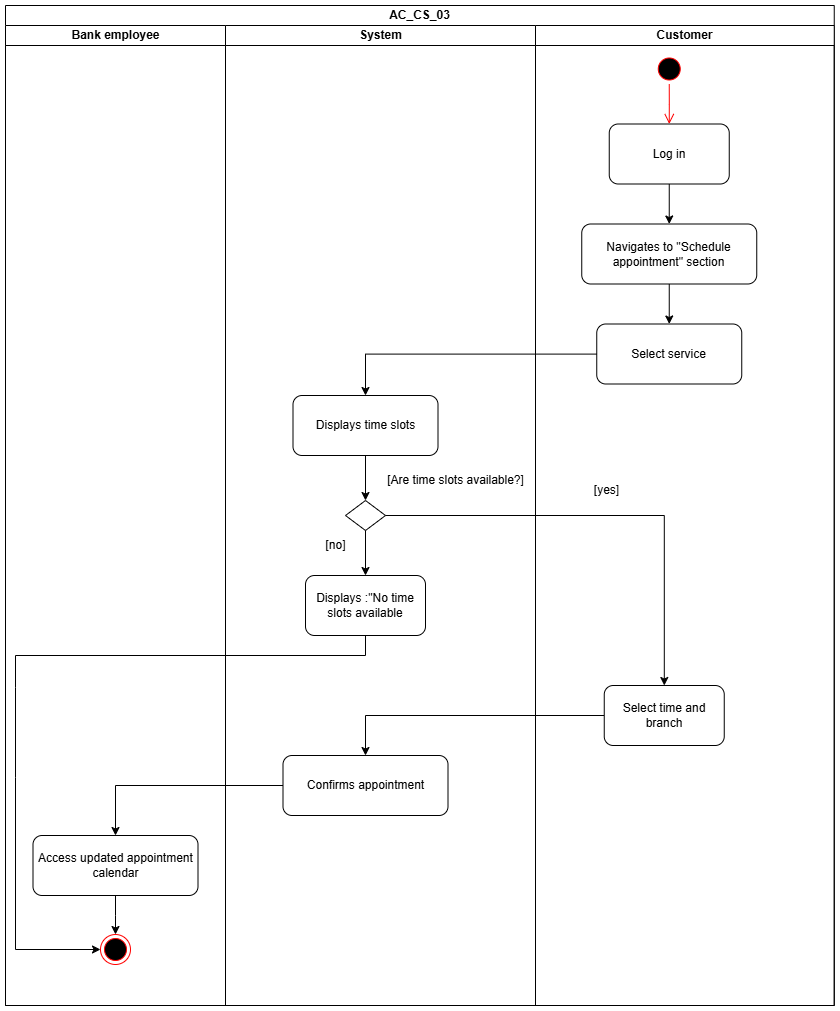
This is diagrams/activity-diagrams/AC_CS_03.png from Markl1T/bank-management-system, a draw.io export, as it was before one commit. Source tidied: cells renumbered, new cells last; positions are measured from the earlier drawing's top-left corner, leaving out a move shared by most shapes.
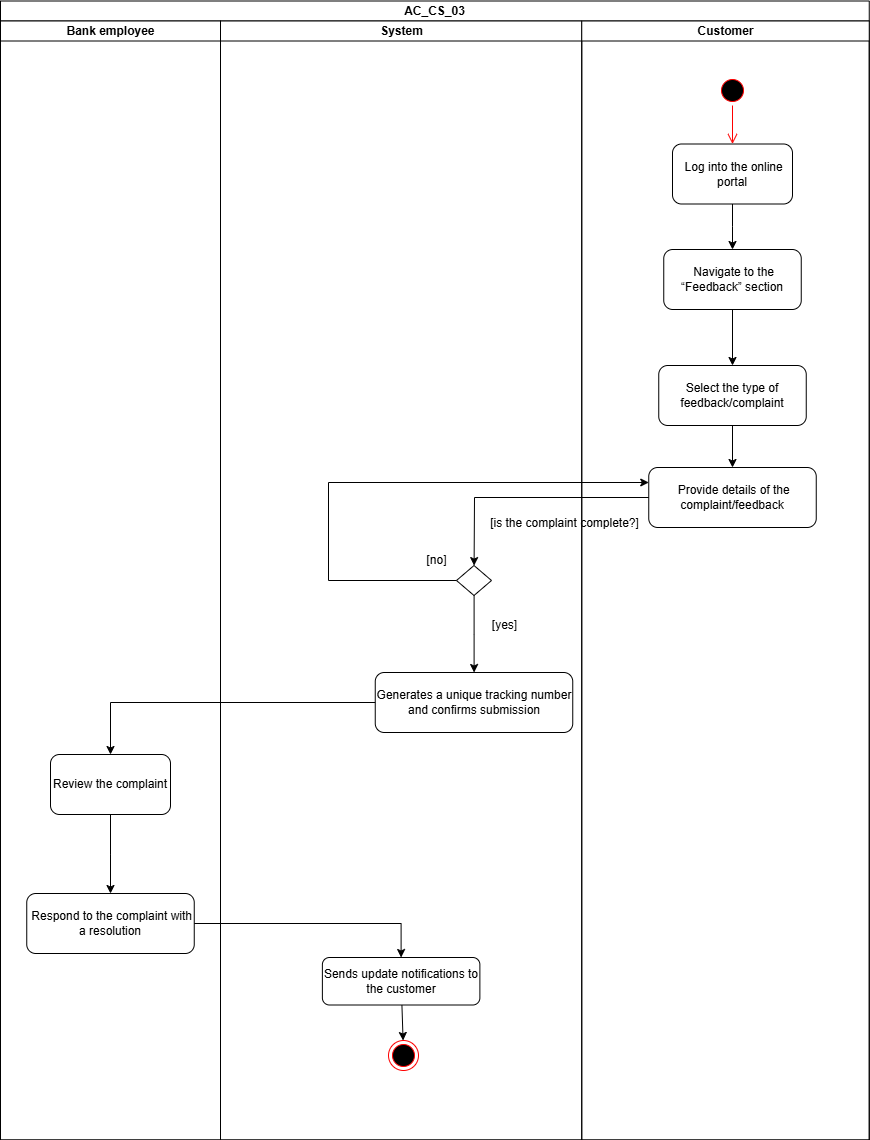
Above is the later version.

Diff of the diagram source:
```diff
@@ -3,101 +3,100 @@
     <mxCell id="0" />
     <mxCell id="1" parent="0" />
     <mxCell id="2" value="AC_CS_03" style="swimlane;startSize=20;html=1;" parent="1" vertex="1">
-      <mxGeometry width="828.8" height="1000" as="geometry" />
+      <mxGeometry width="868.8" height="1139" as="geometry" />
     </mxCell>
     <mxCell id="3" value="Bank employee" style="swimlane;startSize=20;html=1;" parent="2" vertex="1">
-      <mxGeometry y="20" width="220" height="980" as="geometry" />
+      <mxGeometry y="20" width="220" height="1119" as="geometry" />
     </mxCell>
-    <mxCell id="4" value="Access updated appointment calendar" style="whiteSpace=wrap;html=1;rounded=1;" parent="3" vertex="1">
-      <mxGeometry x="27.5" y="810" width="165" height="60" as="geometry" />
+    <mxCell id="4" value="Review the complaint" style="whiteSpace=wrap;html=1;rounded=1;" parent="3" vertex="1">
+      <mxGeometry x="50" y="733.5" width="120" height="60" as="geometry" />
     </mxCell>
-    <mxCell id="5" style="ellipse;html=1;shape=endState;fillColor=#000000;strokeColor=#ff0000;" parent="3" vertex="1">
-      <mxGeometry x="95" y="909" width="30" height="30" as="geometry" />
+    <mxCell id="5" value="&amp;nbsp;Respond to the complaint with a resolution" style="whiteSpace=wrap;html=1;rounded=1;" parent="3" vertex="1">
+      <mxGeometry x="26.2" y="872.5" width="167.5" height="60" as="geometry" />
     </mxCell>
     <mxCell id="6" style="edgeStyle=orthogonalEdgeStyle;rounded=0;jettySize=auto;html=1;" parent="3" edge="1" source="4" target="5">
       <mxGeometry relative="1" as="geometry" />
     </mxCell>
     <mxCell id="7" value="System" style="swimlane;startSize=20;html=1;" parent="2" vertex="1">
-      <mxGeometry x="220" y="20" width="310" height="980" as="geometry" />
+      <mxGeometry x="220" y="20" width="361.2" height="1119" as="geometry" />
     </mxCell>
-    <mxCell id="8" value="Displays :&quot;No time slots available" style="rounded=1;whiteSpace=wrap;html=1;" parent="7" vertex="1">
-      <mxGeometry x="80" y="550" width="120" height="60" as="geometry" />
+    <mxCell id="8" style="edgeStyle=orthogonalEdgeStyle;rounded=0;jettySize=auto;html=1;" parent="7" edge="1" source="9" target="10">
+      <mxGeometry relative="1" as="geometry" />
     </mxCell>
-    <mxCell id="9" value="Confirms appointment" style="whiteSpace=wrap;html=1;rounded=1;" parent="7" vertex="1">
-      <mxGeometry x="57.5" y="730" width="165" height="60" as="geometry" />
+    <mxCell id="9" style="rhombus;whiteSpace=wrap;html=1;" parent="7" vertex="1">
+      <mxGeometry x="236" y="544.5" width="35" height="30" as="geometry" />
     </mxCell>
-    <mxCell id="10" value="Displays time slots" style="whiteSpace=wrap;html=1;rounded=1;" parent="7" vertex="1">
-      <mxGeometry x="67.5" y="370" width="145" height="60" as="geometry" />
+    <mxCell id="10" value="Generates a unique tracking number and confirms submission" style="rounded=1;whiteSpace=wrap;html=1;" parent="7" vertex="1">
+      <mxGeometry x="154.8" y="651.5" width="197.5" height="60" as="geometry" />
     </mxCell>
-    <mxCell id="11" style="rhombus;whiteSpace=wrap;html=1;" parent="7" vertex="1">
-      <mxGeometry x="120" y="475" width="40" height="30" as="geometry" />
+    <mxCell id="11" value="Sends update notifications to the customer" style="whiteSpace=wrap;html=1;rounded=1;" parent="7" vertex="1">
+      <mxGeometry x="101.9" y="936.5" width="157.5" height="47.5" as="geometry" />
     </mxCell>
-    <mxCell id="12" style="edgeStyle=orthogonalEdgeStyle;rounded=0;jettySize=auto;html=1;" parent="7" edge="1" source="11" target="8">
-      <mxGeometry relative="1" as="geometry" />
+    <mxCell id="12" value="[is the complaint complete?]" style="text;html=1;align=center;verticalAlign=middle;strokeColor=none;fillColor=none;" parent="7" vertex="1">
+      <mxGeometry x="259.4" y="487.5" width="170" height="30" as="geometry" />
     </mxCell>
-    <mxCell id="13" style="edgeStyle=orthogonalEdgeStyle;rounded=0;jettySize=auto;html=1;" parent="7" edge="1" source="10" target="11">
-      <mxGeometry relative="1" as="geometry" />
+    <mxCell id="13" value="[no]" style="text;html=1;align=center;verticalAlign=middle;strokeColor=none;fillColor=none;" parent="7" vertex="1">
+      <mxGeometry x="196" y="524.5" width="40" height="30" as="geometry" />
     </mxCell>
-    <mxCell id="14" value="[no]" style="text;html=1;align=center;verticalAlign=middle;strokeColor=none;fillColor=none;" parent="7" vertex="1">
-      <mxGeometry x="90" y="505" width="40" height="30" as="geometry" />
+    <mxCell id="14" value="[yes]" style="text;html=1;align=center;verticalAlign=middle;strokeColor=none;fillColor=none;" parent="7" vertex="1">
+      <mxGeometry x="259.4" y="589.5" width="50" height="30" as="geometry" />
     </mxCell>
-    <mxCell id="15" value="[Are time slots available?]" style="text;html=1;align=center;verticalAlign=middle;points=[];strokeColor=none;fillColor=none;" parent="7" vertex="1">
-      <mxGeometry x="150" y="440" width="160" height="30" as="geometry" />
+    <mxCell id="15" style="ellipse;html=1;shape=endState;fillColor=#000000;strokeColor=#ff0000;" parent="7" vertex="1">
+      <mxGeometry x="168" y="1019.5" width="30" height="30" as="geometry" />
     </mxCell>
-    <mxCell id="16" style="edgeStyle=orthogonalEdgeStyle;rounded=0;jettySize=auto;html=1;" parent="2" edge="1" source="27" target="9">
+    <mxCell id="16" style="endArrow=classic;html=1;rounded=0;" parent="7" edge="1" source="11" target="15">
       <mxGeometry relative="1" as="geometry" />
     </mxCell>
-    <mxCell id="17" style="edgeStyle=orthogonalEdgeStyle;rounded=0;jettySize=auto;html=1;" parent="2" edge="1" source="9" target="4">
-      <mxGeometry relative="1" as="geometry" />
+    <mxCell id="17" value="Customer" style="swimlane;startSize=20;html=1;" parent="2" vertex="1">
+      <mxGeometry x="581.2" y="20" width="287.5" height="1119" as="geometry" />
     </mxCell>
-    <mxCell id="18" style="endArrow=classic;html=1;rounded=0;exitX=0.5;exitY=1;exitDx=0;exitDy=0;" parent="2" edge="1" source="8" target="5">
-      <mxGeometry relative="1" as="geometry">
-        <Array as="points">
-          <mxPoint x="360" y="650" />
-          <mxPoint x="10" y="650" />
-          <mxPoint x="10" y="682" />
-          <mxPoint x="10" y="772" />
-          <mxPoint x="10" y="944" />
-        </Array>
-      </mxGeometry>
+    <mxCell id="18" style="ellipse;html=1;shape=startState;fillColor=#000000;strokeColor=#ff0000;" parent="17" vertex="1">
+      <mxGeometry x="135.8" y="54.5" width="30" height="30" as="geometry" />
     </mxCell>
-    <mxCell id="19" value="Customer" style="swimlane;startSize=20;html=1;" parent="2" vertex="1">
-      <mxGeometry x="530" y="20" width="298.8" height="980" as="geometry" />
+    <mxCell id="19" value="&lt;span&gt;&amp;nbsp;Log into the online portal&lt;/span&gt;" style="rounded=1;whiteSpace=wrap;html=1;" parent="17" vertex="1">
+      <mxGeometry x="90.8" y="123" width="120" height="60" as="geometry" />
     </mxCell>
-    <mxCell id="20" style="ellipse;html=1;shape=startState;fillColor=#000000;strokeColor=#ff0000;" parent="19" vertex="1">
-      <mxGeometry x="118.8" y="28.5" width="30" height="30" as="geometry" />
+    <mxCell id="20" style="edgeStyle=orthogonalEdgeStyle;html=1;verticalAlign=bottom;endArrow=open;endSize=8;strokeColor=#ff0000;rounded=0;" parent="17" edge="1" source="18" target="19">
+      <mxGeometry relative="1" as="geometry" />
     </mxCell>
-    <mxCell id="21" style="edgeStyle=orthogonalEdgeStyle;html=1;verticalAlign=bottom;endArrow=open;endSize=8;strokeColor=#ff0000;rounded=0;" parent="19" edge="1" source="20">
-      <mxGeometry relative="1" as="geometry">
-        <mxPoint x="133.8" y="98.5" as="targetPoint" />
-      </mxGeometry>
+    <mxCell id="21" value="&amp;nbsp;Navigate to the “Feedback” section" style="whiteSpace=wrap;html=1;rounded=1;" parent="17" vertex="1">
+      <mxGeometry x="82" y="228.5" width="137.5" height="60" as="geometry" />
     </mxCell>
-    <mxCell id="22" style="edgeStyle=orthogonalEdgeStyle;rounded=0;jettySize=auto;html=1;" parent="19" edge="1" source="23" target="25">
+    <mxCell id="22" style="edgeStyle=orthogonalEdgeStyle;rounded=0;jettySize=auto;html=1;" parent="17" edge="1" source="19" target="21">
       <mxGeometry relative="1" as="geometry" />
     </mxCell>
-    <mxCell id="23" value="Log in" style="rounded=1;whiteSpace=wrap;html=1;" parent="19" vertex="1">
-      <mxGeometry x="73.8" y="98.5" width="120" height="60" as="geometry" />
+    <mxCell id="23" value="&lt;span&gt;Select the type of feedback/complaint&lt;/span&gt;" style="whiteSpace=wrap;html=1;rounded=1;" parent="17" vertex="1">
+      <mxGeometry x="77" y="344.5" width="147.5" height="60" as="geometry" />
     </mxCell>
-    <mxCell id="24" style="edgeStyle=orthogonalEdgeStyle;rounded=0;jettySize=auto;html=1;" parent="19" edge="1" source="25" target="26">
+    <mxCell id="24" style="edgeStyle=orthogonalEdgeStyle;rounded=0;jettySize=auto;html=1;" parent="17" edge="1" source="21" target="23">
       <mxGeometry relative="1" as="geometry" />
     </mxCell>
-    <mxCell id="25" value="Navigates to &quot;Schedule appointment&quot; section" style="rounded=1;whiteSpace=wrap;html=1;" parent="19" vertex="1">
-      <mxGeometry x="46.2" y="198.5" width="175" height="60" as="geometry" />
+    <mxCell id="25" value="&amp;nbsp;Provide details of the complaint/feedback" style="whiteSpace=wrap;html=1;rounded=1;" parent="17" vertex="1">
+      <mxGeometry x="67" y="446.5" width="167.5" height="60" as="geometry" />
     </mxCell>
-    <mxCell id="26" value="Select service" style="whiteSpace=wrap;html=1;rounded=1;" parent="19" vertex="1">
-      <mxGeometry x="61.2" y="298.5" width="145" height="60" as="geometry" />
+    <mxCell id="26" style="edgeStyle=orthogonalEdgeStyle;rounded=0;jettySize=auto;html=1;" parent="17" edge="1" source="23" target="25">
+      <mxGeometry relative="1" as="geometry" />
     </mxCell>
-    <mxCell id="27" value="Select time and branch" style="rounded=1;whiteSpace=wrap;html=1;" parent="19" vertex="1">
-      <mxGeometry x="68.8" y="660" width="120" height="60" as="geometry" />
+    <mxCell id="27" style="edgeStyle=orthogonalEdgeStyle;rounded=0;jettySize=auto;html=1;" parent="2" edge="1" source="10" target="4">
+      <mxGeometry relative="1" as="geometry" />
     </mxCell>
-    <mxCell id="28" value="[yes]" style="text;html=1;align=center;verticalAlign=middle;strokeColor=none;fillColor=none;" parent="19" vertex="1">
-      <mxGeometry x="46.2" y="450" width="50" height="30" as="geometry" />
+    <mxCell id="28" style="edgeStyle=orthogonalEdgeStyle;rounded=0;jettySize=auto;html=1;" parent="2" edge="1" source="5" target="11">
+      <mxGeometry relative="1" as="geometry" />
     </mxCell>
-    <mxCell id="29" style="edgeStyle=orthogonalEdgeStyle;rounded=0;jettySize=auto;html=1;" parent="2" edge="1" source="26" target="10">
-      <mxGeometry relative="1" as="geometry" />
+    <mxCell id="29" style="endArrow=classic;html=1;rounded=0;" parent="2" edge="1" source="25" target="9">
+      <mxGeometry relative="1" as="geometry">
+        <Array as="points">
+          <mxPoint x="474" y="496.5" />
+        </Array>
+      </mxGeometry>
     </mxCell>
-    <mxCell id="30" style="edgeStyle=orthogonalEdgeStyle;rounded=0;jettySize=auto;html=1;" parent="2" edge="1" source="11" target="27">
-      <mxGeometry relative="1" as="geometry" />
+    <mxCell id="30" style="endArrow=classic;html=1;rounded=0;entryX=0;entryY=0.25;entryDx=0;entryDy=0;" parent="2" edge="1" source="9" target="25">
+      <mxGeometry relative="1" as="geometry">
+        <Array as="points">
+          <mxPoint x="328" y="579.5" />
+          <mxPoint x="328" y="481.5" />
+        </Array>
+      </mxGeometry>
     </mxCell>
   </root>
 </mxGraphModel>
```
